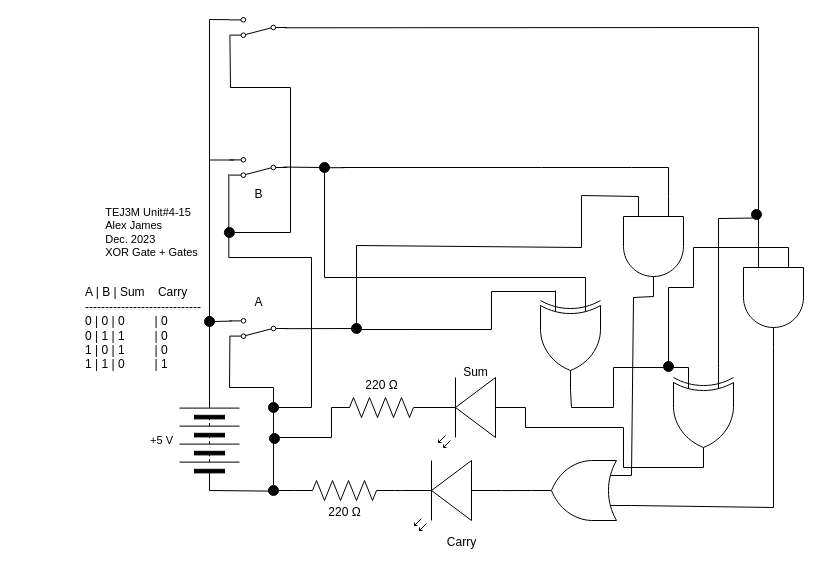
Earlier version of the draw.io diagram Unit-4-18/4-18.drawio (Alexander-James2/TEJ3M-Unit-4). Source tidied: cells renumbered, new cells numbered last; positions are measured from the earlier drawing's top-left corner, leaving out a move shared by most shapes. Both pictures are drawn from the tidied source at 100%, with x=0, y=0 at pixel (83, 17).
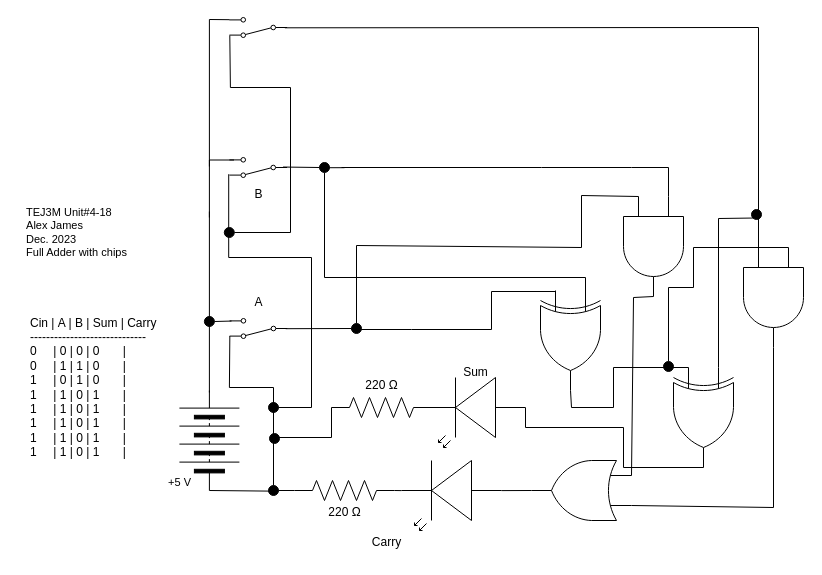
The same diagram, later.

Commit message:
truth table

The change refers to these unchanged cells:
```xml
<mxCell id="9" style="ellipse;whiteSpace=wrap;html=1;strokeColor=#030303;fillColor=#000000;" parent="1" vertex="1">
  <mxGeometry x="185" y="468" width="10" height="10" as="geometry" />
</mxCell>
```

Diff of the diagram source:
```diff
@@
     <mxCell id="2" style="verticalLabelPosition=bottom;shadow=0;dashed=0;align=center;html=1;verticalAlign=top;shape=mxgraph.electrical.miscellaneous.batteryStack;rotation=-90;" parent="1" vertex="1">
-      <mxGeometry x="76" y="393" width="100" height="60" as="geometry" />
+      <mxGeometry x="75.9" y="393" width="100" height="60" as="geometry" />
     </mxCell>
@@
-    <mxCell id="7" value="&lt;div style=&quot;text-align: left;&quot;&gt;&lt;span style=&quot;background-color: initial;&quot;&gt;TEJ3M Unit#4-15&lt;/span&gt;&lt;/div&gt;&lt;div style=&quot;text-align: left;&quot;&gt;&lt;span style=&quot;background-color: initial;&quot;&gt;Alex James&lt;/span&gt;&lt;/div&gt;&lt;div style=&quot;text-align: left;&quot;&gt;Dec. 2023&lt;/div&gt;&lt;div style=&quot;text-align: left;&quot;&gt;XOR Gate + Gates&lt;/div&gt;" style="text;html=1;align=center;verticalAlign=middle;strokeColor=none;fillColor=none;fontSize=11;fontFamily=Helvetica;fontColor=default;" parent="1" vertex="1">
-      <mxGeometry x="8" y="180" width="120" height="70" as="geometry" />
+    <mxCell id="7" value="&lt;div style=&quot;text-align: left;&quot;&gt;&lt;span style=&quot;background-color: initial;&quot;&gt;TEJ3M Unit#4-18&lt;/span&gt;&lt;/div&gt;&lt;div style=&quot;text-align: left;&quot;&gt;&lt;span style=&quot;background-color: initial;&quot;&gt;Alex James&lt;/span&gt;&lt;/div&gt;&lt;div style=&quot;text-align: left;&quot;&gt;Dec. 2023&lt;/div&gt;&lt;div style=&quot;text-align: left;&quot;&gt;Full Adder with chips&lt;/div&gt;" style="text;html=1;align=center;verticalAlign=middle;strokeColor=none;fillColor=none;fontSize=11;fontFamily=Helvetica;fontColor=default;" parent="1" vertex="1">
+      <mxGeometry x="-66.9" y="180" width="120" height="70" as="geometry" />
     </mxCell>
     <mxCell id="8" value="+5 V" style="text;html=1;align=center;verticalAlign=middle;strokeColor=none;fillColor=none;fontSize=11;fontFamily=Helvetica;fontColor=default;" parent="1" vertex="1">
-      <mxGeometry x="53" y="408" width="50" height="30" as="geometry" />
+      <mxGeometry x="70.9" y="450" width="50" height="30" as="geometry" />
     </mxCell>
@@
-    <mxCell id="10" value="A | B | Sum&amp;nbsp; &amp;nbsp; Carry&lt;br&gt;-----------------------------&lt;br&gt;0 | 0 | 0&amp;nbsp; &amp;nbsp; &amp;nbsp; &amp;nbsp; &amp;nbsp;&lt;span style=&quot;&quot;&gt;&lt;/span&gt;| 0&lt;br&gt;0 | 1 | 1&lt;span style=&quot;&quot;&gt;&#9;&lt;/span&gt;&amp;nbsp; &amp;nbsp; &amp;nbsp; &amp;nbsp; | 0&lt;br&gt;1 | 0 | 1&amp;nbsp; &amp;nbsp; &amp;nbsp; &amp;nbsp; &amp;nbsp;| 0&lt;br&gt;1 | 1 | 0&amp;nbsp; &amp;nbsp; &amp;nbsp; &amp;nbsp; &amp;nbsp;| 1" style="text;html=1;align=left;verticalAlign=middle;strokeColor=none;fillColor=none;" parent="1" vertex="1">
-      <mxGeometry y="261" width="140" height="100" as="geometry" />
+    <mxCell id="10" value="Cin |&amp;nbsp;A | B | Sum |&amp;nbsp;Carry&lt;br&gt;-----------------------------&lt;br&gt;0&amp;nbsp; &amp;nbsp; &amp;nbsp;| 0 | 0&amp;nbsp;| 0&amp;nbsp; &amp;nbsp; &amp;nbsp; &amp;nbsp;|&amp;nbsp;&amp;nbsp;&lt;br&gt;0&amp;nbsp; &amp;nbsp; &amp;nbsp;| 1 | 1&amp;nbsp;| 0&amp;nbsp; &amp;nbsp; &amp;nbsp; &amp;nbsp;|&amp;nbsp;&lt;br&gt;1&amp;nbsp; &amp;nbsp; &amp;nbsp;| 0 | 1 | 0&amp;nbsp; &amp;nbsp; &amp;nbsp; &amp;nbsp;|&amp;nbsp;&lt;br&gt;1&amp;nbsp; &amp;nbsp; &amp;nbsp;| 1 | 0 | 1&amp;nbsp; &amp;nbsp; &amp;nbsp; &amp;nbsp;|&amp;nbsp;&lt;br&gt;1&amp;nbsp; &amp;nbsp; &amp;nbsp;| 1 | 0 | 1&amp;nbsp; &amp;nbsp; &amp;nbsp; &amp;nbsp;|&amp;nbsp;&lt;br&gt;1&amp;nbsp; &amp;nbsp; &amp;nbsp;| 1 | 0 | 1&amp;nbsp; &amp;nbsp; &amp;nbsp; &amp;nbsp;|&amp;nbsp;&lt;br&gt;1&amp;nbsp; &amp;nbsp; &amp;nbsp;| 1 | 0 | 1&amp;nbsp; &amp;nbsp; &amp;nbsp; &amp;nbsp;|&amp;nbsp;&lt;br&gt;1&amp;nbsp; &amp;nbsp; &amp;nbsp;| 1 | 0 | 1&amp;nbsp; &amp;nbsp; &amp;nbsp; &amp;nbsp;|&amp;nbsp;" style="text;html=1;align=left;verticalAlign=middle;strokeColor=none;fillColor=none;" parent="1" vertex="1">
+      <mxGeometry x="-54.9" y="290" width="150" height="160" as="geometry" />
     </mxCell>
     <mxCell id="11" value="A" style="text;html=1;align=center;verticalAlign=middle;strokeColor=none;fillColor=none;" parent="1" vertex="1">
-      <mxGeometry x="159.9" y="270" width="30" height="30" as="geometry" />
+      <mxGeometry x="159.8" y="270" width="30" height="30" as="geometry" />
     </mxCell>
     <mxCell id="12" value="Carry" style="text;html=1;align=center;verticalAlign=middle;strokeColor=none;fillColor=none;" parent="1" vertex="1">
-      <mxGeometry x="353" y="510" width="50" height="30" as="geometry" />
+      <mxGeometry x="278.1" y="510" width="50" height="30" as="geometry" />
     </mxCell>
     <mxCell id="13" style="edgeStyle=none;shape=connector;rounded=0;html=1;entryX=0.5;entryY=0;entryDx=0;entryDy=0;labelBackgroundColor=default;strokeColor=default;fontFamily=Helvetica;fontSize=11;fontColor=default;endArrow=none;endFill=0;exitX=0.996;exitY=0.124;exitDx=0;exitDy=0;exitPerimeter=0;" parent="1" edge="1" source="14" target="9">
       <mxGeometry relative="1" as="geometry">
         <Array as="points">
-          <mxPoint x="146" y="370" />
+          <mxPoint x="145.9" y="370" />
           <mxPoint x="190" y="370" />
         </Array>
       </mxGeometry>
     </mxCell>
     <mxCell id="14" style="shape=mxgraph.electrical.electro-mechanical.twoWaySwitch;elSwitchState=2;rotation=0;flipV=1;flipH=1;" parent="1" vertex="1">
-      <mxGeometry x="146.2" y="301" width="57.7" height="20" as="geometry" />
+      <mxGeometry x="146.1" y="301" width="57.7" height="20" as="geometry" />
     </mxCell>
     <mxCell id="15" style="shape=mxgraph.electrical.electro-mechanical.twoWaySwitch;elSwitchState=2;rotation=0;flipV=1;flipH=1;" parent="1" vertex="1">
-      <mxGeometry x="146" y="140" width="57.7" height="20" as="geometry" />
+      <mxGeometry x="145.9" y="140" width="57.7" height="20" as="geometry" />
     </mxCell>
     <mxCell id="16" style="edgeStyle=none;rounded=0;html=1;endArrow=none;endFill=0;startArrow=none;entryX=0.5;entryY=1;entryDx=0;entryDy=0;" parent="1" edge="1">
       <mxGeometry relative="1" as="geometry">
-        <mxPoint x="126" y="375" as="sourcePoint" />
-        <mxPoint x="126" y="194" as="targetPoint" />
+        <mxPoint x="125.9" y="375" as="sourcePoint" />
+        <mxPoint x="125.9" y="194" as="targetPoint" />
       </mxGeometry>
     </mxCell>
     <mxCell id="17" value="B" style="text;html=1;align=center;verticalAlign=middle;strokeColor=none;fillColor=none;" parent="1" vertex="1">
-      <mxGeometry x="159.9" y="162" width="30" height="30" as="geometry" />
+      <mxGeometry x="159.8" y="162" width="30" height="30" as="geometry" />
     </mxCell>
@@
     <mxCell id="19" style="edgeStyle=orthogonalEdgeStyle;html=1;entryX=1.012;entryY=0.164;entryDx=0;entryDy=0;entryPerimeter=0;endArrow=none;endFill=0;rounded=0;" parent="1" edge="1" target="15">
       <mxGeometry relative="1" as="geometry">
         <mxPoint x="188" y="390" as="sourcePoint" />
         <Array as="points">
           <mxPoint x="195" y="390" />
           <mxPoint x="228" y="390" />
           <mxPoint x="228" y="240" />
-          <mxPoint x="145" y="240" />
+          <mxPoint x="144.9" y="240" />
         </Array>
       </mxGeometry>
     </mxCell>
@@
     <mxCell id="22" style="ellipse;whiteSpace=wrap;html=1;strokeColor=#030303;fillColor=#000000;" parent="1" vertex="1">
-      <mxGeometry x="121" y="299" width="10" height="10" as="geometry" />
+      <mxGeometry x="120.9" y="299" width="10" height="10" as="geometry" />
     </mxCell>
     <mxCell id="23" style="edgeStyle=orthogonalEdgeStyle;orthogonalLoop=1;jettySize=auto;html=1;rounded=0;endArrow=none;endFill=0;entryX=0.886;entryY=0.877;entryDx=0;entryDy=0;entryPerimeter=0;" parent="1" edge="1">
       <mxGeometry relative="1" as="geometry">
-        <mxPoint x="126" y="200" as="sourcePoint" />
-        <mxPoint x="150.6" y="142.5" as="targetPoint" />
+        <mxPoint x="125.9" y="200" as="sourcePoint" />
+        <mxPoint x="150.5" y="142.5" as="targetPoint" />
         <Array as="points">
-          <mxPoint x="126" y="143" />
+          <mxPoint x="125.9" y="143" />
         </Array>
       </mxGeometry>
     </mxCell>
@@
     <mxCell id="45" style="shape=mxgraph.electrical.electro-mechanical.twoWaySwitch;elSwitchState=2;rotation=0;flipV=1;flipH=1;" parent="1" vertex="1">
-      <mxGeometry x="146" width="57.7" height="20" as="geometry" />
+      <mxGeometry x="145.9" width="57.7" height="20" as="geometry" />
     </mxCell>
     <mxCell id="46" style="edgeStyle=none;orthogonalLoop=1;jettySize=auto;html=1;endArrow=none;endFill=0;rounded=0;exitX=0.98;exitY=0.84;exitDx=0;exitDy=0;exitPerimeter=0;" parent="1" edge="1">
       <mxGeometry relative="1" as="geometry">
-        <mxPoint x="146.2" y="2.2" as="sourcePoint" />
-        <mxPoint x="126" y="149" as="targetPoint" />
+        <mxPoint x="146.1" y="2.2" as="sourcePoint" />
+        <mxPoint x="125.9" y="149" as="targetPoint" />
         <Array as="points">
-          <mxPoint x="126" y="2" />
+          <mxPoint x="125.9" y="2" />
         </Array>
       </mxGeometry>
     </mxCell>
     <mxCell id="47" style="edgeStyle=none;rounded=0;html=1;exitX=1;exitY=0.5;exitDx=0;exitDy=0;endArrow=none;endFill=0;entryX=0.993;entryY=0.101;entryDx=0;entryDy=0;entryPerimeter=0;" parent="1" edge="1" source="48" target="45">
       <mxGeometry relative="1" as="geometry">
         <Array as="points">
           <mxPoint x="207" y="215" />
           <mxPoint x="207" y="70" />
-          <mxPoint x="147" y="70" />
+          <mxPoint x="146.9" y="70" />
         </Array>
       </mxGeometry>
     </mxCell>
     <mxCell id="48" style="ellipse;whiteSpace=wrap;html=1;strokeColor=#030303;fillColor=#000000;" parent="1" vertex="1">
-      <mxGeometry x="140.9" y="210" width="10" height="10" as="geometry" />
+      <mxGeometry x="140.8" y="210" width="10" height="10" as="geometry" />
     </mxCell>
```
